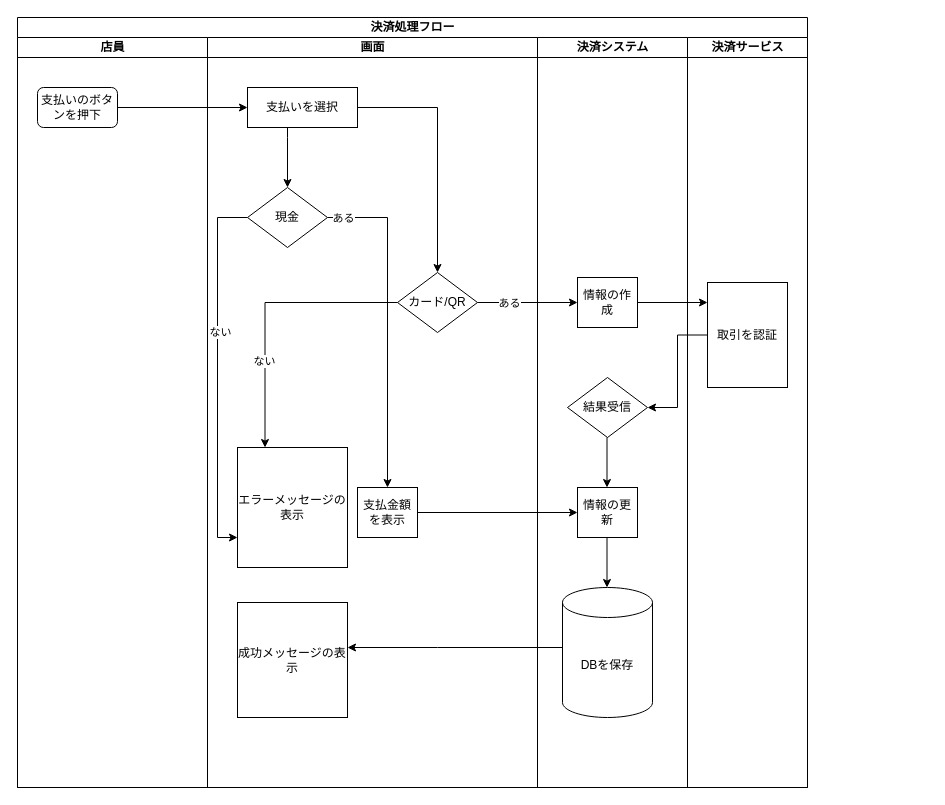
dotranquocduy/flowBussiness keeps this draw.io diagram as 決済処理フロー.drawio. Above is the earlier version. Source tidied: cells renumbered, new cells numbered last; positions are measured from the earlier drawing's top-left corner, leaving out a move shared by most shapes. Both pictures are drawn from the tidied source at 100%, with x=0, y=0 at pixel (17, 17).
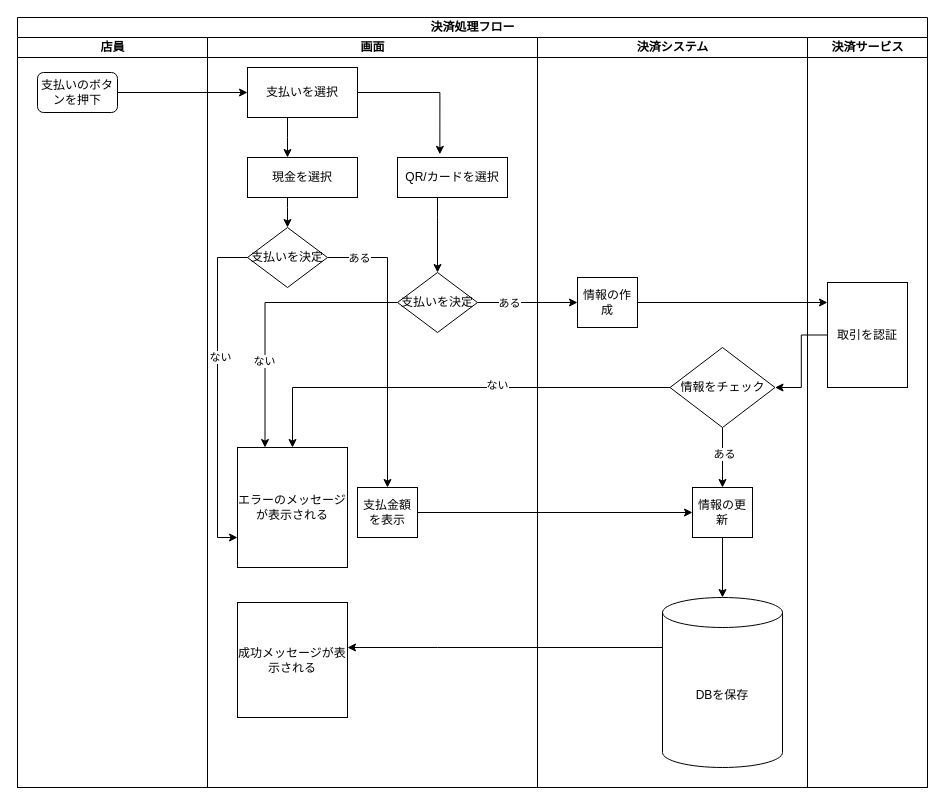
The same diagram, later.

Commit message:
決済処理フローを更新します

Unchanged cells that the change refers to:
```xml
<mxCell id="3" value="店員" style="swimlane;startSize=20;html=1;" parent="2" vertex="1">
  <mxGeometry y="20" width="190" height="750" as="geometry" />
</mxCell>
<mxCell id="5" value="画面" style="swimlane;startSize=20;html=1;" parent="2" vertex="1">
  <mxGeometry x="190" y="20" width="330" height="750" as="geometry" />
</mxCell>
<mxCell id="9" style="edgeStyle=orthogonalEdgeStyle;rounded=0;jettySize=auto;html=1;entryX=0.5;entryY=0;entryDx=0;entryDy=0;" parent="5" edge="1" source="13" target="18">
  <mxGeometry relative="1" as="geometry" />
</mxCell>
<mxCell id="28" value="取引を認証" style="rounded=0;whiteSpace=wrap;html=1;" parent="27" vertex="1">
  <mxGeometry x="20" y="245" width="80" height="105" as="geometry" />
</mxCell>
```

The edit, as a diff of the source:
```diff
@@
     <mxCell id="2" value="決済処理フロー" style="swimlane;startSize=20;html=1;" parent="1" vertex="1">
-      <mxGeometry width="790" height="770" as="geometry" />
+      <mxGeometry width="910" height="770" as="geometry" />
     </mxCell>
@@
     <mxCell id="4" value="支払いのボタンを押下" style="rounded=1;whiteSpace=wrap;html=1;" parent="3" vertex="1">
-      <mxGeometry x="20" y="50" width="80" height="40" as="geometry" />
+      <mxGeometry x="20" y="35" width="80" height="40" as="geometry" />
     </mxCell>
@@
-    <mxCell id="6" style="edgeStyle=orthogonalEdgeStyle;rounded=0;jettySize=auto;html=1;" parent="5" edge="1" source="8" target="13">
-      <mxGeometry relative="1" as="geometry">
-        <Array as="points">
-          <mxPoint x="80" y="100" />
-          <mxPoint x="80" y="100" />
-        </Array>
-      </mxGeometry>
-    </mxCell>
-    <mxCell id="7" style="edgeStyle=orthogonalEdgeStyle;rounded=0;jettySize=auto;html=1;entryX=0.5;entryY=0;entryDx=0;entryDy=0;" parent="5" edge="1" source="8" target="16">
-      <mxGeometry relative="1" as="geometry" />
-    </mxCell>
+    <mxCell id="37" style="edgeStyle=orthogonalEdgeStyle;rounded=0;jettySize=auto;html=1;" parent="5" edge="1" source="8" target="39">
+      <mxGeometry relative="1" as="geometry">
+        <Array as="points">
+          <mxPoint x="80" y="100" />
+          <mxPoint x="80" y="100" />
+        </Array>
+      </mxGeometry>
+    </mxCell>
     <mxCell id="8" value="支払いを選択" style="rounded=0;whiteSpace=wrap;html=1;" parent="5" vertex="1">
-      <mxGeometry x="40" y="50" width="110" height="40" as="geometry" />
+      <mxGeometry x="40" y="30" width="110" height="50" as="geometry" />
     </mxCell>
@@
     <mxCell id="10" value="ある" style="edgeLabel;html=1;align=center;verticalAlign=middle;" parent="9" vertex="1">
-      <mxGeometry x="-0.91" relative="1" as="geometry" />
+      <mxGeometry x="-0.91" relative="1" as="geometry">
+        <mxPoint x="18" as="offset" />
+      </mxGeometry>
     </mxCell>
     <mxCell id="11" style="edgeStyle=orthogonalEdgeStyle;rounded=0;jettySize=auto;html=1;exitX=0;exitY=0.5;exitDx=0;exitDy=0;entryX=0;entryY=0.75;entryDx=0;entryDy=0;" parent="5" edge="1" source="13" target="19">
       <mxGeometry relative="1" as="geometry">
         <Array as="points">
-          <mxPoint x="10" y="180" />
+          <mxPoint x="10" y="220" />
           <mxPoint x="10" y="500" />
         </Array>
       </mxGeometry>
     </mxCell>
@@
-    <mxCell id="13" value="現金" style="rhombus;whiteSpace=wrap;html=1;" parent="5" vertex="1">
-      <mxGeometry x="40" y="150" width="80" height="60" as="geometry" />
+    <mxCell id="13" value="支払いを決定" style="rhombus;whiteSpace=wrap;html=1;" parent="5" vertex="1">
+      <mxGeometry x="40" y="190" width="80" height="60" as="geometry" />
     </mxCell>
@@
-    <mxCell id="16" value="カード/QR" style="rhombus;whiteSpace=wrap;html=1;" parent="5" vertex="1">
+    <mxCell id="16" value="支払いを決定" style="rhombus;whiteSpace=wrap;html=1;" parent="5" vertex="1">
       <mxGeometry x="190" y="235" width="80" height="60" as="geometry" />
     </mxCell>
-    <mxCell id="17" value="成功メッセージの表示" style="rounded=0;whiteSpace=wrap;html=1;" parent="5" vertex="1">
+    <mxCell id="17" value="成功メッセージが表示される" style="rounded=0;whiteSpace=wrap;html=1;" parent="5" vertex="1">
       <mxGeometry x="30" y="565" width="110" height="115" as="geometry" />
     </mxCell>
@@
-    <mxCell id="19" value="エラーメッセージの表示" style="rounded=0;whiteSpace=wrap;html=1;" parent="5" vertex="1">
+    <mxCell id="19" value="エラーのメッセージが表示される" style="rounded=0;whiteSpace=wrap;html=1;" parent="5" vertex="1">
       <mxGeometry x="30" y="410" width="110" height="120" as="geometry" />
     </mxCell>
+    <mxCell id="38" style="edgeStyle=orthogonalEdgeStyle;rounded=0;jettySize=auto;html=1;" parent="5" edge="1" source="39" target="13">
+      <mxGeometry relative="1" as="geometry">
+        <Array as="points">
+          <mxPoint x="80" y="170" />
+          <mxPoint x="80" y="170" />
+        </Array>
+      </mxGeometry>
+    </mxCell>
+    <mxCell id="39" value="現金を選択" style="rounded=0;whiteSpace=wrap;html=1;" parent="5" vertex="1">
+      <mxGeometry x="40" y="120" width="110" height="40" as="geometry" />
+    </mxCell>
+    <mxCell id="40" style="edgeStyle=orthogonalEdgeStyle;rounded=0;jettySize=auto;html=1;" parent="5" edge="1" source="41" target="16">
+      <mxGeometry relative="1" as="geometry">
+        <Array as="points">
+          <mxPoint x="230" y="180" />
+          <mxPoint x="230" y="180" />
+        </Array>
+      </mxGeometry>
+    </mxCell>
+    <mxCell id="41" value="QR/カードを選択" style="rounded=0;whiteSpace=wrap;html=1;" parent="5" vertex="1">
+      <mxGeometry x="190" y="120" width="110" height="40" as="geometry" />
+    </mxCell>
+    <mxCell id="42" style="edgeStyle=orthogonalEdgeStyle;rounded=0;jettySize=auto;html=1;entryX=0.385;entryY=-0.08;entryDx=0;entryDy=0;entryPerimeter=0;" parent="5" edge="1" source="8" target="41">
+      <mxGeometry relative="1" as="geometry" />
+    </mxCell>
     <mxCell id="20" value="&lt;div&gt;&lt;span style=&quot;background-color: transparent; color: light-dark(rgb(0, 0, 0), rgb(255, 255, 255));&quot;&gt;決済システム&lt;/span&gt;&lt;/div&gt;" style="swimlane;startSize=20;html=1;" parent="2" vertex="1">
-      <mxGeometry x="520" y="20" width="150" height="750" as="geometry" />
+      <mxGeometry x="520" y="20" width="270" height="750" as="geometry" />
     </mxCell>
@@
+    <mxCell id="43" style="edgeStyle=orthogonalEdgeStyle;rounded=0;jettySize=auto;html=1;" parent="20" edge="1" source="22" target="23">
+      <mxGeometry relative="1" as="geometry" />
+    </mxCell>
+    <mxCell id="44" value="ある" style="edgeLabel;html=1;align=center;verticalAlign=middle;" parent="43" vertex="1">
+      <mxGeometry x="-0.14" y="1" relative="1" as="geometry" />
+    </mxCell>
-    <mxCell id="22" value="結果受信" style="rhombus;whiteSpace=wrap;html=1;" parent="20" vertex="1">
-      <mxGeometry x="30" y="340" width="80" height="60" as="geometry" />
+    <mxCell id="22" value="情報をチェック" style="rhombus;whiteSpace=wrap;html=1;" parent="20" vertex="1">
+      <mxGeometry x="132.5" y="310" width="105" height="80" as="geometry" />
     </mxCell>
+    <mxCell id="45" style="edgeStyle=orthogonalEdgeStyle;rounded=0;jettySize=auto;html=1;" parent="20" edge="1" source="23" target="25">
+      <mxGeometry relative="1" as="geometry" />
+    </mxCell>
     <mxCell id="23" value="情報の更新" style="rounded=0;whiteSpace=wrap;html=1;" parent="20" vertex="1">
-      <mxGeometry x="40" y="450" width="60" height="50" as="geometry" />
+      <mxGeometry x="155" y="450" width="60" height="50" as="geometry" />
     </mxCell>
-    <mxCell id="24" style="endArrow=classic;html=1;rounded=0;entryX=0;entryY=0.75;entryDx=0;entryDy=0;exitX=0.5;exitY=1;exitDx=0;exitDy=0;" parent="20" edge="1">
-      <mxGeometry relative="1" as="geometry">
-        <mxPoint x="69.5" y="400" as="sourcePoint" />
-        <mxPoint x="69.5" y="450" as="targetPoint" />
-      </mxGeometry>
-    </mxCell>
     <mxCell id="25" value="DBを保存" style="shape=cylinder3;whiteSpace=wrap;html=1;boundedLbl=1;backgroundOutline=1;size=15;" parent="20" vertex="1">
-      <mxGeometry x="25" y="550" width="90" height="130" as="geometry" />
+      <mxGeometry x="125" y="560" width="120" height="170" as="geometry" />
     </mxCell>
-    <mxCell id="26" style="endArrow=classic;html=1;rounded=0;entryX=0;entryY=0.75;entryDx=0;entryDy=0;exitX=0.5;exitY=1;exitDx=0;exitDy=0;" parent="20" edge="1">
-      <mxGeometry relative="1" as="geometry">
-        <mxPoint x="69.5" y="500" as="sourcePoint" />
-        <mxPoint x="69.5" y="550" as="targetPoint" />
-      </mxGeometry>
-    </mxCell>
     <mxCell id="27" value="決済サービス" style="swimlane;startSize=20;html=1;" parent="2" vertex="1">
-      <mxGeometry x="670" y="20" width="120" height="750" as="geometry" />
+      <mxGeometry x="790" y="20" width="120" height="750" as="geometry" />
     </mxCell>
@@
-    <mxCell id="36" style="edgeStyle=orthogonalEdgeStyle;rounded=0;jettySize=auto;html=1;" parent="2" edge="1" source="28" target="22">
-      <mxGeometry relative="1" as="geometry">
-        <Array as="points">
-          <mxPoint x="660" y="390" />
-        </Array>
-      </mxGeometry>
+    <mxCell id="36" style="edgeStyle=orthogonalEdgeStyle;rounded=0;jettySize=auto;html=1;entryX=1;entryY=0.5;entryDx=0;entryDy=0;" parent="2" edge="1" source="28" target="22">
+      <mxGeometry relative="1" as="geometry" />
     </mxCell>
+    <mxCell id="46" style="edgeStyle=orthogonalEdgeStyle;rounded=0;jettySize=auto;html=1;exitX=0;exitY=0.5;exitDx=0;exitDy=0;entryX=0.5;entryY=0;entryDx=0;entryDy=0;" parent="2" edge="1" source="22" target="19">
+      <mxGeometry relative="1" as="geometry" />
+    </mxCell>
+    <mxCell id="47" value="ない" style="edgeLabel;html=1;align=center;verticalAlign=middle;" parent="46" vertex="1">
+      <mxGeometry x="-0.21" y="-3" relative="1" as="geometry" />
+    </mxCell>
```
